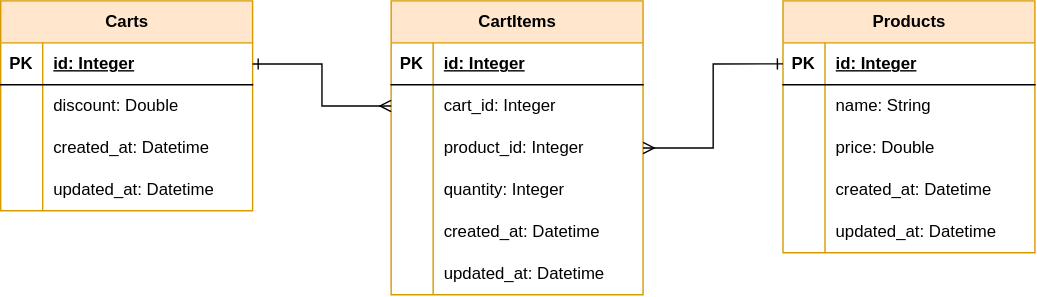
This is ERD.drawio.svg from rOman4ike/cleanstone, a draw.io export, as it was before one commit. Source tidied: cells renumbered, new cells last; positions are measured from the earlier drawing's top-left corner, leaving out a move shared by most shapes. Source of this version:
```xml
<mxGraphModel>
  <root>
    <mxCell id="0" />
    <mxCell id="1" parent="0" />
    <mxCell id="2" value="Carts" style="shape=table;startSize=30;rowLines=0;fontStyle=1;align=center;html=1;fillColor=#ffe6cc;strokeColor=#d79b00;" parent="1" vertex="1">
      <mxGeometry width="180" height="150" as="geometry" />
    </mxCell>
    <mxCell id="3" style="shape=tableRow;horizontal=0;startSize=0;swimlaneHead=0;swimlaneBody=0;fillColor=none;points=[[0,0.5],[1,0.5]];portConstraint=eastwest;top=0;left=0;right=0;bottom=1;" parent="2" vertex="1">
      <mxGeometry y="30" width="180" height="30" as="geometry" />
    </mxCell>
    <mxCell id="4" value="PK" style="shape=partialRectangle;fillColor=none;top=0;left=0;bottom=0;right=0;fontStyle=1;overflow=hidden;whiteSpace=wrap;html=1;" parent="3" vertex="1">
      <mxGeometry width="30" height="30" as="geometry" />
    </mxCell>
    <mxCell id="5" value="id: Integer" style="shape=partialRectangle;fillColor=none;top=0;left=0;bottom=0;right=0;align=left;spacingLeft=6;fontStyle=5;overflow=hidden;whiteSpace=wrap;html=1;" parent="3" vertex="1">
      <mxGeometry x="30" width="150" height="30" as="geometry" />
    </mxCell>
    <mxCell id="6" style="shape=tableRow;horizontal=0;startSize=0;swimlaneHead=0;swimlaneBody=0;fillColor=none;top=0;left=0;right=0;bottom=0;" parent="2" vertex="1">
      <mxGeometry y="60" width="180" height="30" as="geometry" />
    </mxCell>
    <mxCell id="7" style="shape=partialRectangle;fillColor=none;top=0;left=0;bottom=0;right=0;overflow=hidden;whiteSpace=wrap;html=1;" parent="6" vertex="1">
      <mxGeometry width="30" height="30" as="geometry" />
    </mxCell>
    <mxCell id="8" value="discount: Double" style="shape=partialRectangle;fillColor=none;top=0;left=0;bottom=0;right=0;align=left;spacingLeft=6;overflow=hidden;whiteSpace=wrap;html=1;" parent="6" vertex="1">
      <mxGeometry x="30" width="150" height="30" as="geometry" />
    </mxCell>
    <mxCell id="9" style="shape=tableRow;horizontal=0;startSize=0;swimlaneHead=0;swimlaneBody=0;fillColor=none;top=0;left=0;right=0;bottom=0;" parent="2" vertex="1">
      <mxGeometry y="90" width="180" height="30" as="geometry" />
    </mxCell>
    <mxCell id="10" style="shape=partialRectangle;fillColor=none;top=0;left=0;bottom=0;right=0;overflow=hidden;whiteSpace=wrap;html=1;" parent="9" vertex="1">
      <mxGeometry width="30" height="30" as="geometry" />
    </mxCell>
    <mxCell id="11" value="created_at: Datetime" style="shape=partialRectangle;fillColor=none;top=0;left=0;bottom=0;right=0;align=left;spacingLeft=6;overflow=hidden;whiteSpace=wrap;html=1;" parent="9" vertex="1">
      <mxGeometry x="30" width="150" height="30" as="geometry" />
    </mxCell>
    <mxCell id="12" style="shape=tableRow;horizontal=0;startSize=0;swimlaneHead=0;swimlaneBody=0;fillColor=none;top=0;left=0;right=0;bottom=0;" parent="2" vertex="1">
      <mxGeometry y="120" width="180" height="30" as="geometry" />
    </mxCell>
    <mxCell id="13" style="shape=partialRectangle;fillColor=none;top=0;left=0;bottom=0;right=0;overflow=hidden;whiteSpace=wrap;html=1;" parent="12" vertex="1">
      <mxGeometry width="30" height="30" as="geometry" />
    </mxCell>
    <mxCell id="14" value="updated_at: Datetime" style="shape=partialRectangle;fillColor=none;top=0;left=0;bottom=0;right=0;align=left;spacingLeft=6;overflow=hidden;whiteSpace=wrap;html=1;" parent="12" vertex="1">
      <mxGeometry x="30" width="150" height="30" as="geometry" />
    </mxCell>
    <mxCell id="15" value="CartItems" style="shape=table;startSize=30;rowLines=0;fontStyle=1;align=center;html=1;fillColor=#ffe6cc;strokeColor=#d79b00;" parent="1" vertex="1">
      <mxGeometry x="279" width="180" height="210" as="geometry" />
    </mxCell>
    <mxCell id="16" style="shape=tableRow;horizontal=0;startSize=0;swimlaneHead=0;swimlaneBody=0;fillColor=none;top=0;left=0;right=0;bottom=1;" parent="15" vertex="1">
      <mxGeometry y="30" width="180" height="30" as="geometry" />
    </mxCell>
    <mxCell id="17" value="PK" style="shape=partialRectangle;fillColor=none;top=0;left=0;bottom=0;right=0;fontStyle=1;overflow=hidden;whiteSpace=wrap;html=1;" parent="16" vertex="1">
      <mxGeometry width="30" height="30" as="geometry" />
    </mxCell>
    <mxCell id="18" value="id: Integer" style="shape=partialRectangle;fillColor=none;top=0;left=0;bottom=0;right=0;align=left;spacingLeft=6;fontStyle=5;overflow=hidden;whiteSpace=wrap;html=1;" parent="16" vertex="1">
      <mxGeometry x="30" width="150" height="30" as="geometry" />
    </mxCell>
    <mxCell id="19" style="shape=tableRow;horizontal=0;startSize=0;swimlaneHead=0;swimlaneBody=0;fillColor=none;points=[[0,0.5],[1,0.5]];portConstraint=eastwest;top=0;left=0;right=0;bottom=0;" parent="15" vertex="1">
      <mxGeometry y="60" width="180" height="30" as="geometry" />
    </mxCell>
    <mxCell id="20" style="shape=partialRectangle;fillColor=none;top=0;left=0;bottom=0;right=0;overflow=hidden;whiteSpace=wrap;html=1;" parent="19" vertex="1">
      <mxGeometry width="30" height="30" as="geometry" />
    </mxCell>
    <mxCell id="21" value="cart_id: Integer" style="shape=partialRectangle;fillColor=none;top=0;left=0;bottom=0;right=0;align=left;spacingLeft=6;overflow=hidden;whiteSpace=wrap;html=1;" parent="19" vertex="1">
      <mxGeometry x="30" width="150" height="30" as="geometry" />
    </mxCell>
    <mxCell id="22" style="shape=tableRow;horizontal=0;startSize=0;swimlaneHead=0;swimlaneBody=0;fillColor=none;points=[[0,0.5],[1,0.5]];portConstraint=eastwest;top=0;left=0;right=0;bottom=0;" parent="15" vertex="1">
      <mxGeometry y="90" width="180" height="30" as="geometry" />
    </mxCell>
    <mxCell id="23" style="shape=partialRectangle;fillColor=none;top=0;left=0;bottom=0;right=0;overflow=hidden;whiteSpace=wrap;html=1;" parent="22" vertex="1">
      <mxGeometry width="30" height="30" as="geometry" />
    </mxCell>
    <mxCell id="24" value="product_id: Integer" style="shape=partialRectangle;fillColor=none;top=0;left=0;bottom=0;right=0;align=left;spacingLeft=6;overflow=hidden;whiteSpace=wrap;html=1;" parent="22" vertex="1">
      <mxGeometry x="30" width="150" height="30" as="geometry" />
    </mxCell>
    <mxCell id="25" style="shape=tableRow;horizontal=0;startSize=0;swimlaneHead=0;swimlaneBody=0;fillColor=none;top=0;left=0;right=0;bottom=0;" parent="15" vertex="1">
      <mxGeometry y="120" width="180" height="30" as="geometry" />
    </mxCell>
    <mxCell id="26" style="shape=partialRectangle;fillColor=none;top=0;left=0;bottom=0;right=0;overflow=hidden;whiteSpace=wrap;html=1;" parent="25" vertex="1">
      <mxGeometry width="30" height="30" as="geometry" />
    </mxCell>
    <mxCell id="27" value="quantity: Integer" style="shape=partialRectangle;fillColor=none;top=0;left=0;bottom=0;right=0;align=left;spacingLeft=6;overflow=hidden;whiteSpace=wrap;html=1;" parent="25" vertex="1">
      <mxGeometry x="30" width="150" height="30" as="geometry" />
    </mxCell>
    <mxCell id="28" style="shape=tableRow;horizontal=0;startSize=0;swimlaneHead=0;swimlaneBody=0;fillColor=none;top=0;left=0;right=0;bottom=0;" parent="15" vertex="1">
      <mxGeometry y="150" width="180" height="30" as="geometry" />
    </mxCell>
    <mxCell id="29" style="shape=partialRectangle;fillColor=none;top=0;left=0;bottom=0;right=0;overflow=hidden;whiteSpace=wrap;html=1;" parent="28" vertex="1">
      <mxGeometry width="30" height="30" as="geometry" />
    </mxCell>
    <mxCell id="30" value="created_at: Datetime" style="shape=partialRectangle;fillColor=none;top=0;left=0;bottom=0;right=0;align=left;spacingLeft=6;overflow=hidden;whiteSpace=wrap;html=1;" parent="28" vertex="1">
      <mxGeometry x="30" width="150" height="30" as="geometry" />
    </mxCell>
    <mxCell id="31" style="shape=tableRow;horizontal=0;startSize=0;swimlaneHead=0;swimlaneBody=0;fillColor=none;top=0;left=0;right=0;bottom=0;" parent="15" vertex="1">
      <mxGeometry y="180" width="180" height="30" as="geometry" />
    </mxCell>
    <mxCell id="32" style="shape=partialRectangle;fillColor=none;top=0;left=0;bottom=0;right=0;overflow=hidden;whiteSpace=wrap;html=1;" parent="31" vertex="1">
      <mxGeometry width="30" height="30" as="geometry" />
    </mxCell>
    <mxCell id="33" value="updated_at: Datetime" style="shape=partialRectangle;fillColor=none;top=0;left=0;bottom=0;right=0;align=left;spacingLeft=6;overflow=hidden;whiteSpace=wrap;html=1;" parent="31" vertex="1">
      <mxGeometry x="30" width="150" height="30" as="geometry" />
    </mxCell>
    <mxCell id="34" value="Products" style="shape=table;startSize=30;rowLines=0;fontStyle=1;align=center;html=1;fillColor=#ffe6cc;strokeColor=#d79b00;" parent="1" vertex="1">
      <mxGeometry x="559" width="180" height="180" as="geometry" />
    </mxCell>
    <mxCell id="35" style="shape=tableRow;horizontal=0;startSize=0;swimlaneHead=0;swimlaneBody=0;fillColor=none;points=[[0,0.5],[1,0.5]];portConstraint=eastwest;top=0;left=0;right=0;bottom=1;" parent="34" vertex="1">
      <mxGeometry y="30" width="180" height="30" as="geometry" />
    </mxCell>
    <mxCell id="36" value="PK" style="shape=partialRectangle;fillColor=none;top=0;left=0;bottom=0;right=0;fontStyle=1;overflow=hidden;whiteSpace=wrap;html=1;" parent="35" vertex="1">
      <mxGeometry width="30" height="30" as="geometry" />
    </mxCell>
    <mxCell id="37" value="id: Integer" style="shape=partialRectangle;fillColor=none;top=0;left=0;bottom=0;right=0;align=left;spacingLeft=6;fontStyle=5;overflow=hidden;whiteSpace=wrap;html=1;" parent="35" vertex="1">
      <mxGeometry x="30" width="150" height="30" as="geometry" />
    </mxCell>
    <mxCell id="38" style="shape=tableRow;horizontal=0;startSize=0;swimlaneHead=0;swimlaneBody=0;fillColor=none;top=0;left=0;right=0;bottom=0;" parent="34" vertex="1">
      <mxGeometry y="60" width="180" height="30" as="geometry" />
    </mxCell>
    <mxCell id="39" style="shape=partialRectangle;fillColor=none;top=0;left=0;bottom=0;right=0;overflow=hidden;whiteSpace=wrap;html=1;" parent="38" vertex="1">
      <mxGeometry width="30" height="30" as="geometry" />
    </mxCell>
    <mxCell id="40" value="name: String" style="shape=partialRectangle;fillColor=none;top=0;left=0;bottom=0;right=0;align=left;spacingLeft=6;overflow=hidden;whiteSpace=wrap;html=1;" parent="38" vertex="1">
      <mxGeometry x="30" width="150" height="30" as="geometry" />
    </mxCell>
    <mxCell id="41" style="shape=tableRow;horizontal=0;startSize=0;swimlaneHead=0;swimlaneBody=0;fillColor=none;top=0;left=0;right=0;bottom=0;" parent="34" vertex="1">
      <mxGeometry y="90" width="180" height="30" as="geometry" />
    </mxCell>
    <mxCell id="42" style="shape=partialRectangle;fillColor=none;top=0;left=0;bottom=0;right=0;overflow=hidden;whiteSpace=wrap;html=1;" parent="41" vertex="1">
      <mxGeometry width="30" height="30" as="geometry" />
    </mxCell>
    <mxCell id="43" value="price: Double" style="shape=partialRectangle;fillColor=none;top=0;left=0;bottom=0;right=0;align=left;spacingLeft=6;overflow=hidden;whiteSpace=wrap;html=1;" parent="41" vertex="1">
      <mxGeometry x="30" width="150" height="30" as="geometry" />
    </mxCell>
    <mxCell id="44" style="shape=tableRow;horizontal=0;startSize=0;swimlaneHead=0;swimlaneBody=0;fillColor=none;top=0;left=0;right=0;bottom=0;" parent="34" vertex="1">
      <mxGeometry y="120" width="180" height="30" as="geometry" />
    </mxCell>
    <mxCell id="45" style="shape=partialRectangle;fillColor=none;top=0;left=0;bottom=0;right=0;overflow=hidden;whiteSpace=wrap;html=1;" parent="44" vertex="1">
      <mxGeometry width="30" height="30" as="geometry" />
    </mxCell>
    <mxCell id="46" value="created_at: Datetime" style="shape=partialRectangle;fillColor=none;top=0;left=0;bottom=0;right=0;align=left;spacingLeft=6;overflow=hidden;whiteSpace=wrap;html=1;" parent="44" vertex="1">
      <mxGeometry x="30" width="150" height="30" as="geometry" />
    </mxCell>
    <mxCell id="47" style="shape=tableRow;horizontal=0;startSize=0;swimlaneHead=0;swimlaneBody=0;fillColor=none;top=0;left=0;right=0;bottom=0;" parent="34" vertex="1">
      <mxGeometry y="150" width="180" height="30" as="geometry" />
    </mxCell>
    <mxCell id="48" style="shape=partialRectangle;fillColor=none;top=0;left=0;bottom=0;right=0;overflow=hidden;whiteSpace=wrap;html=1;" parent="47" vertex="1">
      <mxGeometry width="30" height="30" as="geometry" />
    </mxCell>
    <mxCell id="49" value="updated_at: Datetime" style="shape=partialRectangle;fillColor=none;top=0;left=0;bottom=0;right=0;align=left;spacingLeft=6;overflow=hidden;whiteSpace=wrap;html=1;" parent="47" vertex="1">
      <mxGeometry x="30" width="150" height="30" as="geometry" />
    </mxCell>
    <mxCell id="50" style="edgeStyle=orthogonalEdgeStyle;rounded=0;jettySize=auto;html=1;startArrow=ERone;startFill=0;endArrow=ERmany;endFill=0;" parent="1" edge="1" source="3" target="19">
      <mxGeometry relative="1" as="geometry" />
    </mxCell>
    <mxCell id="51" style="edgeStyle=orthogonalEdgeStyle;rounded=0;jettySize=auto;html=1;exitX=0;exitY=0.5;exitDx=0;exitDy=0;startArrow=ERone;startFill=0;endArrow=ERmany;endFill=0;" parent="1" edge="1" source="35" target="22">
      <mxGeometry relative="1" as="geometry" />
    </mxCell>
  </root>
</mxGraphModel>
```
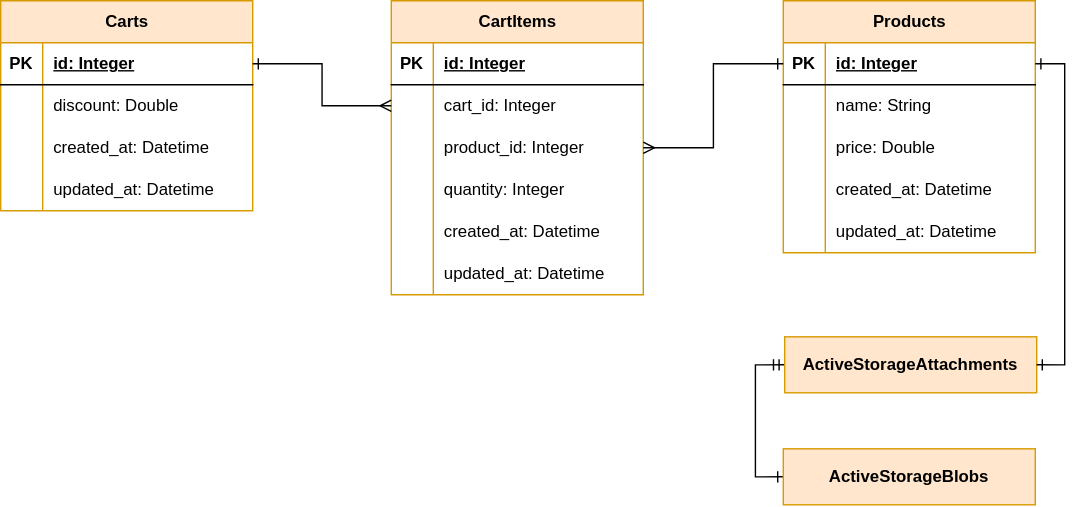
Above is the later version.

What changed in the source:
```diff
@@ -152,5 +152,17 @@
     <mxCell id="51" style="edgeStyle=orthogonalEdgeStyle;rounded=0;jettySize=auto;html=1;exitX=0;exitY=0.5;exitDx=0;exitDy=0;startArrow=ERone;startFill=0;endArrow=ERmany;endFill=0;" parent="1" edge="1" source="35" target="22">
       <mxGeometry relative="1" as="geometry" />
     </mxCell>
+    <mxCell id="52" style="edgeStyle=orthogonalEdgeStyle;rounded=0;jettySize=auto;html=1;entryX=0;entryY=0.5;entryDx=0;entryDy=0;exitX=0;exitY=0.5;exitDx=0;exitDy=0;endArrow=ERone;endFill=0;startArrow=ERmandOne;startFill=0;" parent="1" edge="1" source="53" target="54">
+      <mxGeometry relative="1" as="geometry" />
+    </mxCell>
+    <mxCell id="53" value="&lt;b&gt;ActiveStorageAttachments&lt;/b&gt;" style="whiteSpace=wrap;html=1;align=center;fillColor=#ffe6cc;strokeColor=#d79b00;" parent="1" vertex="1">
+      <mxGeometry x="560" y="240" width="180" height="40" as="geometry" />
+    </mxCell>
+    <mxCell id="54" value="&lt;b&gt;ActiveStorageBlobs&lt;/b&gt;" style="whiteSpace=wrap;html=1;align=center;fillColor=#ffe6cc;strokeColor=#d79b00;" parent="1" vertex="1">
+      <mxGeometry x="559" y="320" width="180" height="40" as="geometry" />
+    </mxCell>
+    <mxCell id="55" style="edgeStyle=orthogonalEdgeStyle;rounded=0;jettySize=auto;html=1;entryX=1;entryY=0.5;entryDx=0;entryDy=0;startArrow=ERone;startFill=0;endArrow=ERone;endFill=0;" parent="1" edge="1" source="35" target="53">
+      <mxGeometry relative="1" as="geometry" />
+    </mxCell>
   </root>
 </mxGraphModel>
```
